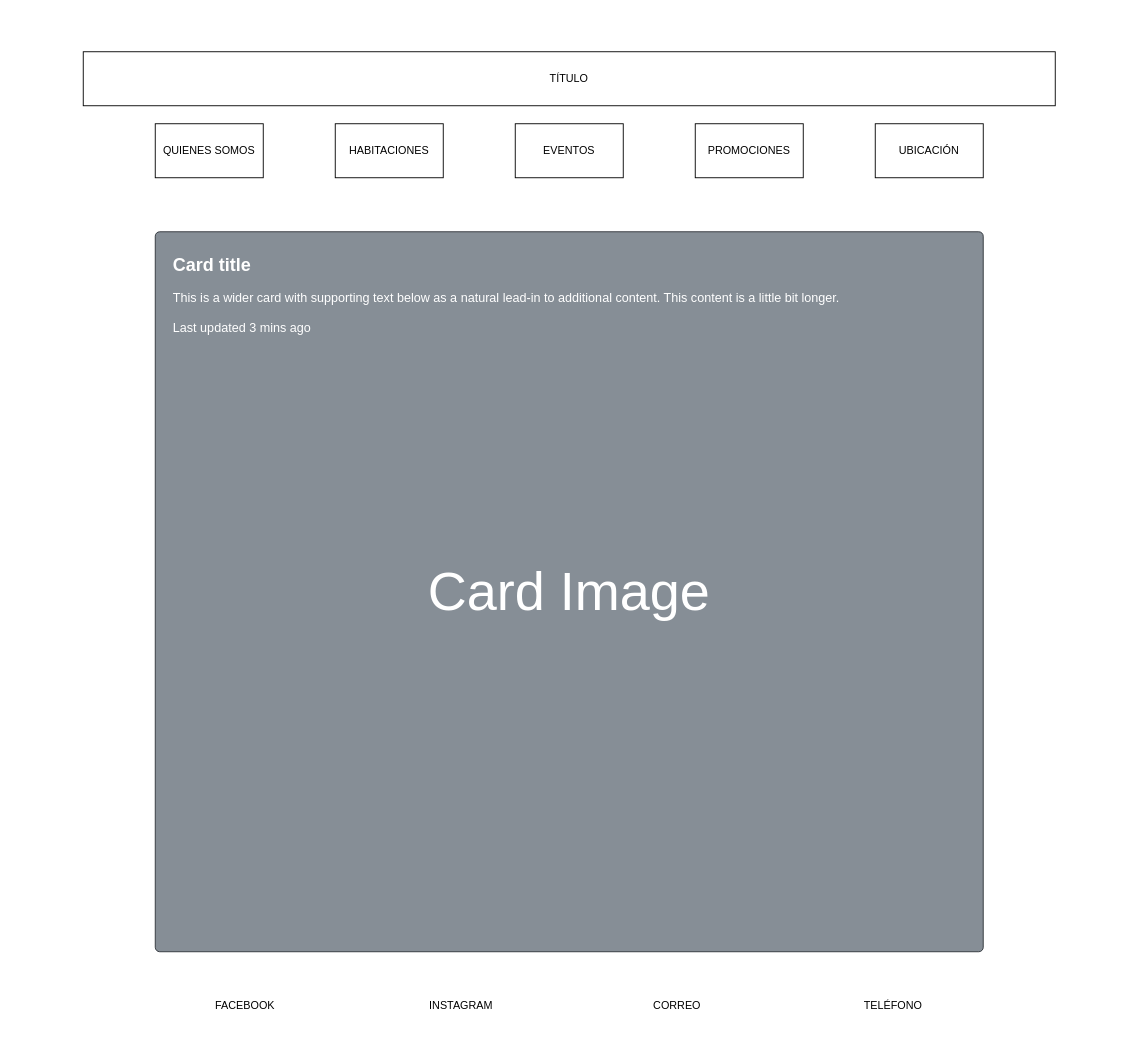
Before: page "INDEX" (1 of 5) of Clase-1.drawio in luccas13/Curso-HTML-CSS-JS, a draw.io diagram. Source tidied: cells renumbered, new cells numbered last; positions are measured from the earlier drawing's top-left corner, leaving out a move shared by most shapes. Both pictures are drawn from the tidied source at 90%, with x=0, y=0 at pixel (83, 51).
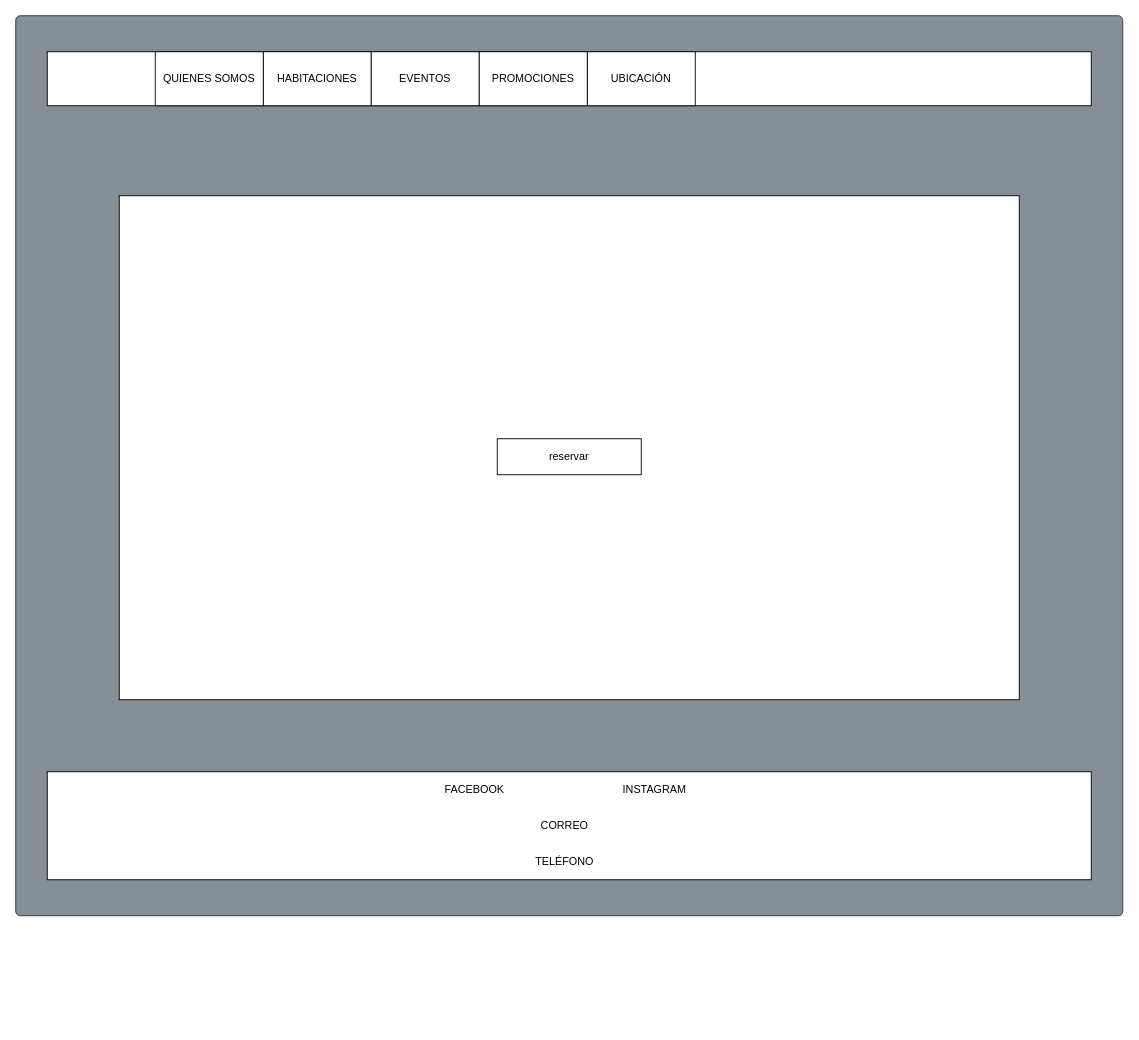
After the change.

Diff of the diagram source:
```diff
@@
 <mxGraphModel background="#ffffff">
   <root>
     <mxCell id="0" />
     <mxCell id="1" parent="0" />
-    <mxCell id="2" value="TÍTULO" style="whiteSpace=wrap;html=1;" parent="1" vertex="1">
-      <mxGeometry width="1080" height="60" as="geometry" />
-    </mxCell>
+    <mxCell id="8" style="html=1;shadow=0;dashed=0;shape=mxgraph.bootstrap.rrect;rSize=5;strokeColor=#2D3338;html=1;whiteSpace=wrap;fillColor=#868E96;fontColor=#ffffff;verticalAlign=middle;align=center;spacing=20;fontSize=60;" parent="1" vertex="1">
+      <mxGeometry x="-75" y="-40" width="1230" height="1000" as="geometry" />
+    </mxCell>
+    <mxCell id="14" style="whiteSpace=wrap;html=1;" parent="1" vertex="1">
+      <mxGeometry x="-40" width="1160" height="60" as="geometry" />
+    </mxCell>
     <mxCell id="3" value="HABITACIONES" style="whiteSpace=wrap;html=1;" parent="1" vertex="1">
-      <mxGeometry x="280" y="80" width="120" height="60" as="geometry" />
+      <mxGeometry x="200" width="120" height="60" as="geometry" />
     </mxCell>
     <mxCell id="4" value="EVENTOS" style="whiteSpace=wrap;html=1;" parent="1" vertex="1">
-      <mxGeometry x="480" y="80" width="120" height="60" as="geometry" />
+      <mxGeometry x="320" width="120" height="60" as="geometry" />
     </mxCell>
     <mxCell id="5" value="QUIENES SOMOS" style="whiteSpace=wrap;html=1;" parent="1" vertex="1">
-      <mxGeometry x="80" y="80" width="120" height="60" as="geometry" />
+      <mxGeometry x="80" width="120" height="60" as="geometry" />
     </mxCell>
     <mxCell id="6" value="UBICACIÓN" style="whiteSpace=wrap;html=1;" parent="1" vertex="1">
-      <mxGeometry x="880" y="80" width="120" height="60" as="geometry" />
+      <mxGeometry x="560" width="120" height="60" as="geometry" />
     </mxCell>
     <mxCell id="7" value="PROMOCIONES" style="whiteSpace=wrap;html=1;" parent="1" vertex="1">
-      <mxGeometry x="680" y="80" width="120" height="60" as="geometry" />
+      <mxGeometry x="440" width="120" height="60" as="geometry" />
     </mxCell>
-    <mxCell id="8" value="Card Image" style="html=1;shadow=0;dashed=0;shape=mxgraph.bootstrap.rrect;rSize=5;strokeColor=#2D3338;html=1;whiteSpace=wrap;fillColor=#868E96;fontColor=#ffffff;verticalAlign=middle;align=center;spacing=20;fontSize=60;" parent="1" vertex="1">
-      <mxGeometry x="80" y="200" width="920" height="800" as="geometry" />
-    </mxCell>
-    <mxCell id="9" value="&lt;b&gt;&lt;font style=&quot;font-size: 20px&quot;&gt;Card title&lt;/font&gt;&lt;/b&gt;&lt;br&gt;&lt;br&gt;This is a wider card with supporting text below as a natural lead-in to additional content. This content is a little bit longer.&lt;br&gt;&lt;br&gt;Last updated 3 mins ago" style="fillColor=none;strokeColor=none;fontColor=#ffffff;html=1;verticalAlign=top;align=left;spacing=20;fontSize=14;" parent="8" vertex="1">
-      <mxGeometry width="800" height="120" relative="1" as="geometry" />
-    </mxCell>
+    <mxCell id="15" style="whiteSpace=wrap;html=1;" parent="1" vertex="1">
+      <mxGeometry x="-40" y="800" width="1160" height="120" as="geometry" />
+    </mxCell>
     <mxCell id="10" value="FACEBOOK" style="text;html=1;strokeColor=none;fillColor=none;align=center;verticalAlign=middle;whiteSpace=wrap;" parent="1" vertex="1">
-      <mxGeometry x="80" y="1040" width="200" height="40" as="geometry" />
+      <mxGeometry x="335" y="800" width="200" height="40" as="geometry" />
     </mxCell>
     <mxCell id="11" value="INSTAGRAM" style="text;html=1;strokeColor=none;fillColor=none;align=center;verticalAlign=middle;whiteSpace=wrap;" parent="1" vertex="1">
-      <mxGeometry x="320" y="1040" width="200" height="40" as="geometry" />
+      <mxGeometry x="535" y="800" width="200" height="40" as="geometry" />
     </mxCell>
     <mxCell id="12" value="CORREO" style="text;html=1;strokeColor=none;fillColor=none;align=center;verticalAlign=middle;whiteSpace=wrap;" parent="1" vertex="1">
-      <mxGeometry x="560" y="1040" width="200" height="40" as="geometry" />
+      <mxGeometry x="435" y="840" width="200" height="40" as="geometry" />
     </mxCell>
     <mxCell id="13" value="TELÉFONO" style="text;html=1;strokeColor=none;fillColor=none;align=center;verticalAlign=middle;whiteSpace=wrap;" parent="1" vertex="1">
-      <mxGeometry x="800" y="1040" width="200" height="40" as="geometry" />
+      <mxGeometry x="435" y="880" width="200" height="40" as="geometry" />
     </mxCell>
+    <mxCell id="16" style="rounded=0;whiteSpace=wrap;html=1;" parent="1" vertex="1">
+      <mxGeometry x="40" y="160" width="1000" height="560" as="geometry" />
+    </mxCell>
+    <mxCell id="17" value="reservar" style="rounded=0;whiteSpace=wrap;html=1;" parent="1" vertex="1">
+      <mxGeometry x="460" y="430" width="160" height="40" as="geometry" />
+    </mxCell>
   </root>
 </mxGraphModel>
```
